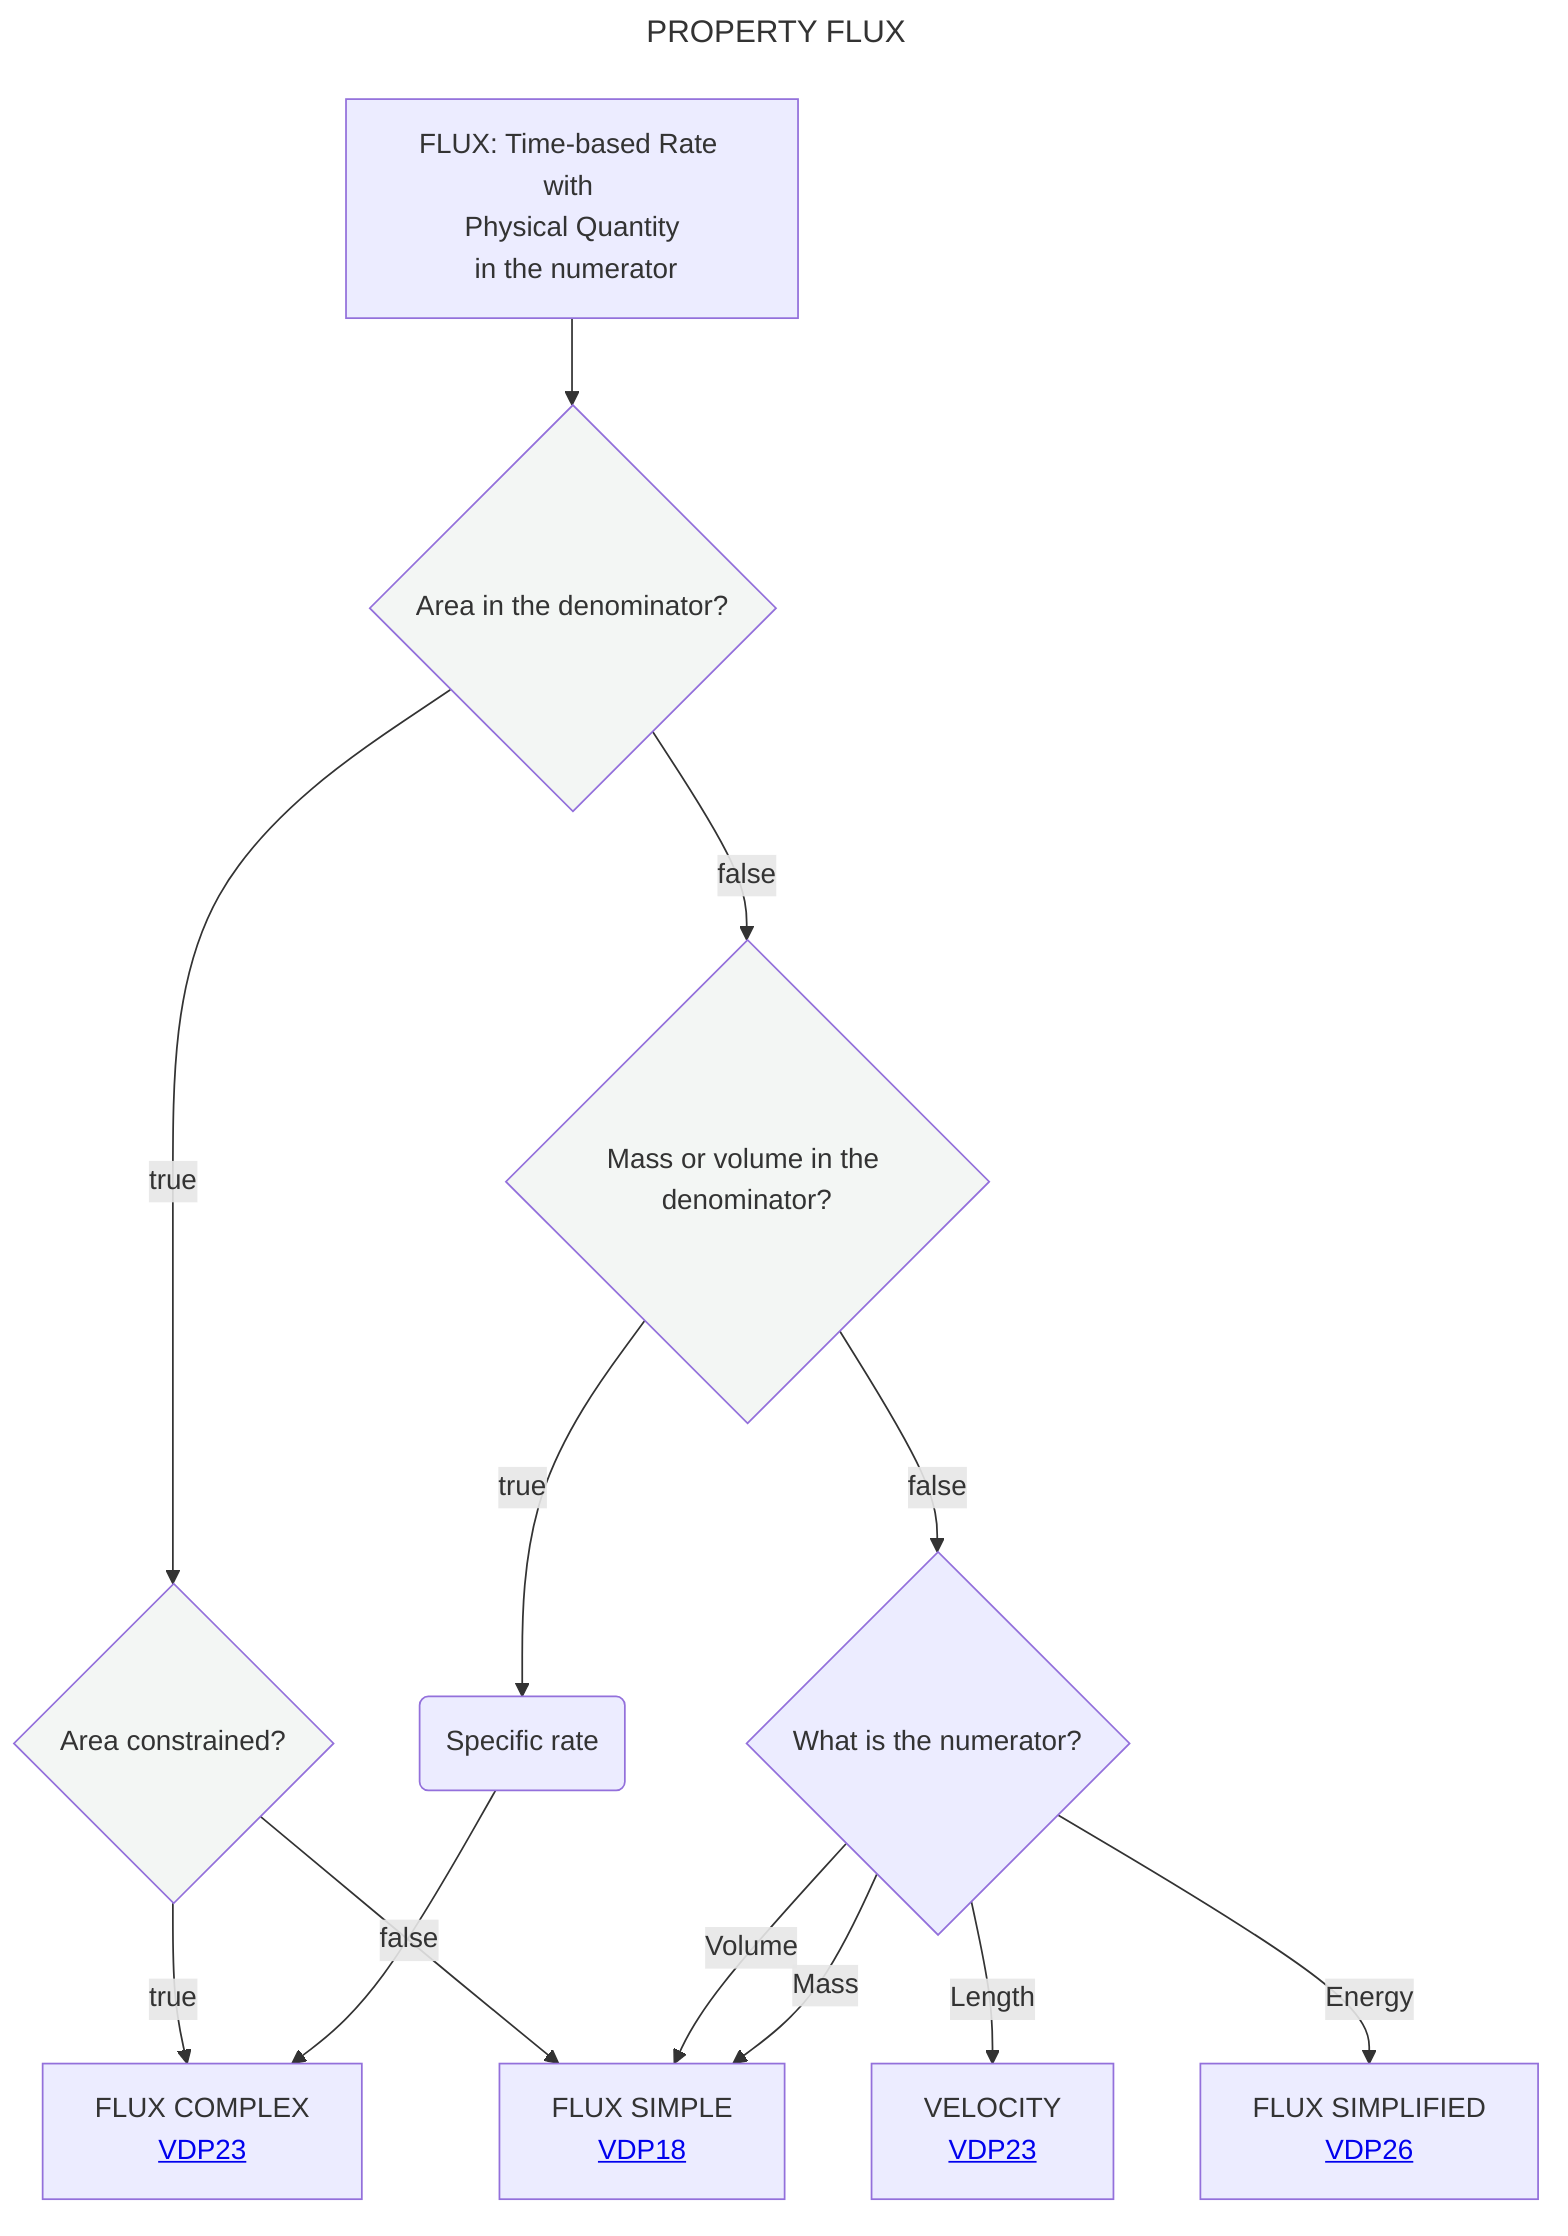
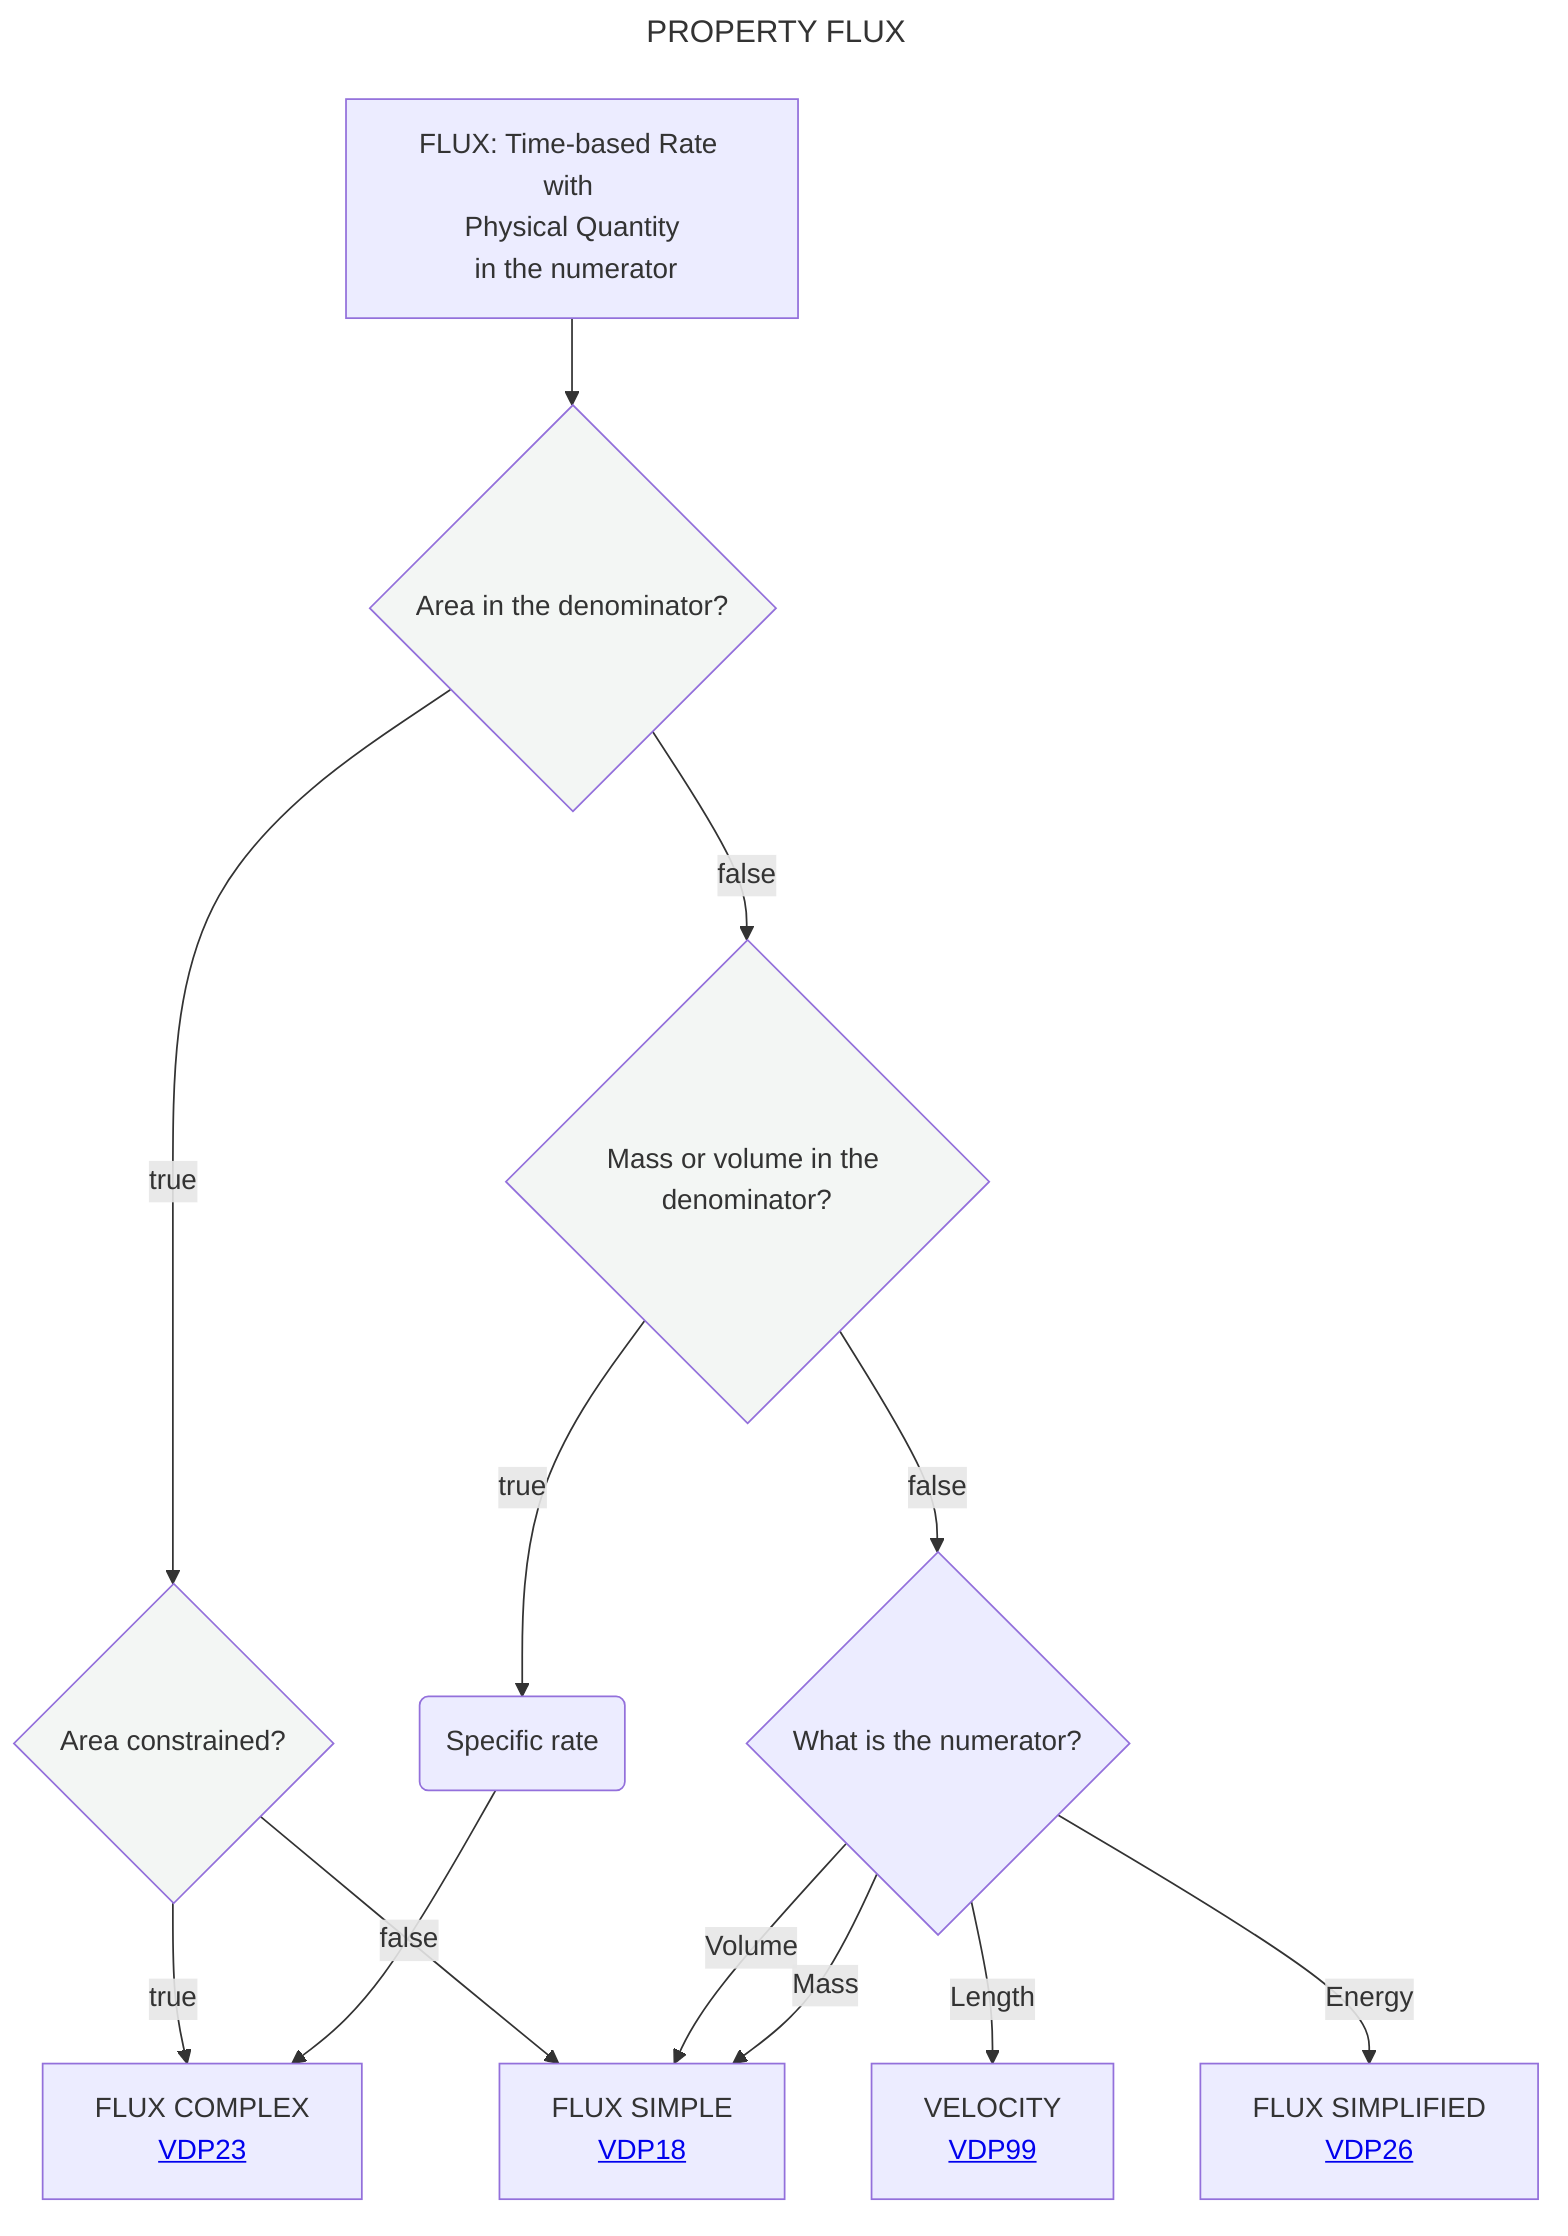
---
title: PROPERTY FLUX
---
flowchart TD
    A[FLUX: Time-based Rate with <br> Physical Quantity <br> in the numerator] --> B{Area in the denominator?}:::white
    B --> |true|F{Area constrained?}:::white
    B --> |false|K{Mass or volume in the denominator?}:::white
    F --> |true|G[FLUX COMPLEX <br> <a href='https://github.com/mabablue/I-ADOPT-patterns-playground/blob/main/pattern/VDP23.yaml'>VDP23</a>]
    F --> |false|H[FLUX SIMPLE <br> <a href='https://github.com/mabablue/I-ADOPT-patterns-playground/blob/main/pattern/VDP18.yaml'>VDP18</a>]
    K --> |true|L(Specific rate)
    L --> G
    K --> |false|M{What is the numerator?}
-     M -- Length --> N[VELOCITY <br> <a href='https://github.com/mabablue/I-ADOPT-patterns-playground/blob/main/pattern/VDP23.yaml'>VDP23</a]
+     M -- Length --> N[VELOCITY <br> <a href='https://github.com/mabablue/I-ADOPT-patterns-playground/blob/main/pattern/VDP99.yaml'>VDP99</a]
    M -- Volume --> H
    M -- Mass --> H
    M -- Energy -->C[FLUX SIMPLIFIED <br> <a href='https://github.com/mabablue/I-ADOPT-patterns-playground/blob/main/pattern/VDP26.yaml'>VDP26</a>]
   classDef blue fill:#90D5FF
   classDef satblue fill:#57B9FF
   classDef white fill:#f3f6f4
   classDef green fill:#6aa84f
